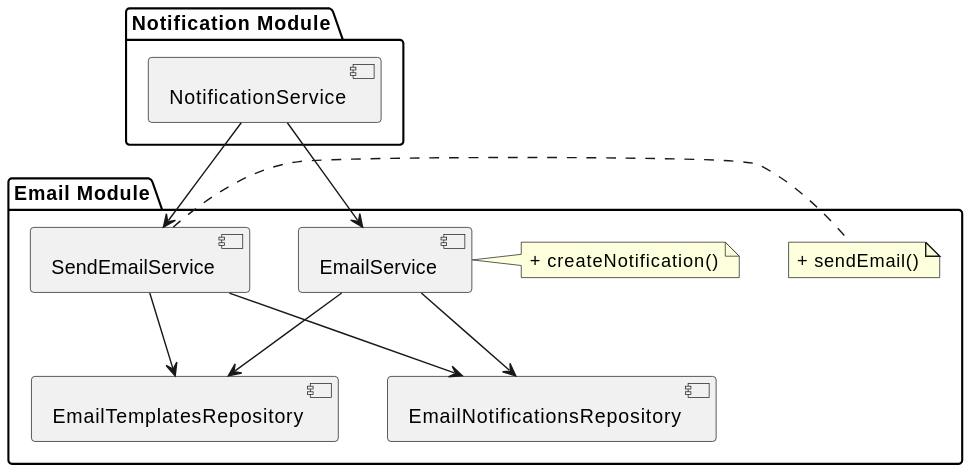
Above: docs/diagrams/notification/notification-system-with-email.svg in Joazen544/house-cowork-architecture (PlantUML), before the change.
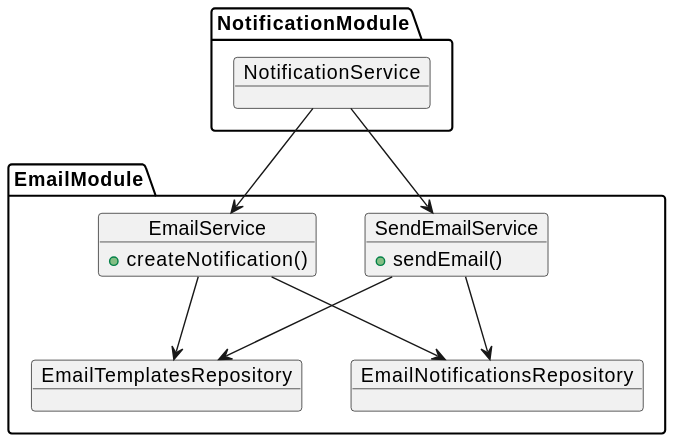
After the change.

Diff of the diagram source:
```diff
@@ -1,28 +1,30 @@
 @startuml
-package "Notification Module" {
-  [NotificationService]
+package NotificationModule {
+  object NotificationService {
+  }
 }
 
-package "Email Module" {
-  [EmailService]
-  note right of [EmailService]
+package EmailModule {
+  object EmailService {
     + createNotification()
-  end note
+  }
 
-  [SendEmailService]
-  note right of [SendEmailService]
+  object SendEmailService {
     + sendEmail()
-  end note
+  }
 
-  [EmailTemplatesRepository]
-  [EmailNotificationsRepository]
+  object EmailTemplatesRepository {
+  }
 
-  [EmailService] --> [EmailTemplatesRepository]
-  [EmailService] --> [EmailNotificationsRepository]
-  [SendEmailService] --> [EmailTemplatesRepository]
-  [SendEmailService] --> [EmailNotificationsRepository]
+  object EmailNotificationsRepository {
+  }
+
+  EmailService --> EmailTemplatesRepository
+  EmailService --> EmailNotificationsRepository
+  SendEmailService --> EmailTemplatesRepository
+  SendEmailService --> EmailNotificationsRepository
 }
 
-[NotificationService] --> [EmailService]
-[NotificationService] --> [SendEmailService]
+NotificationService --> EmailService
+NotificationService --> SendEmailService
 @enduml
```
